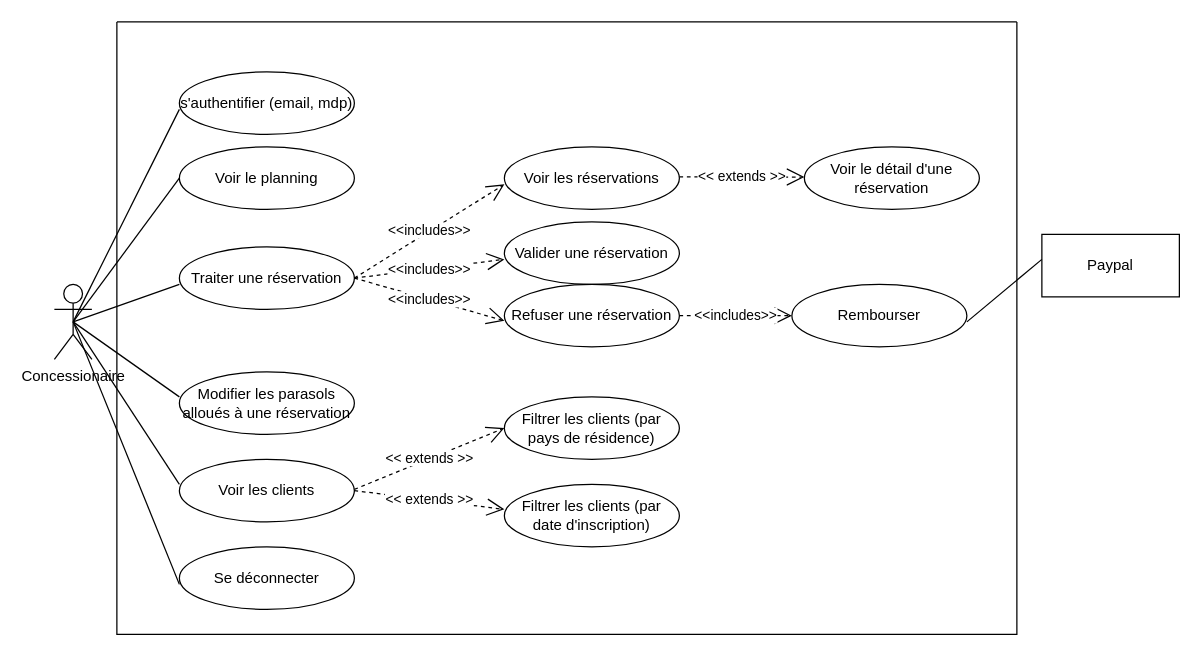
Before: business_case_1.drawio in ewan-delanoy/uml_diagram, a draw.io diagram. Source tidied: cells renumbered, new cells numbered last; positions are measured from the earlier drawing's top-left corner, leaving out a move shared by most shapes. Both pictures are drawn from the tidied source at 125%, with x=0, y=0 at pixel (54, 21).
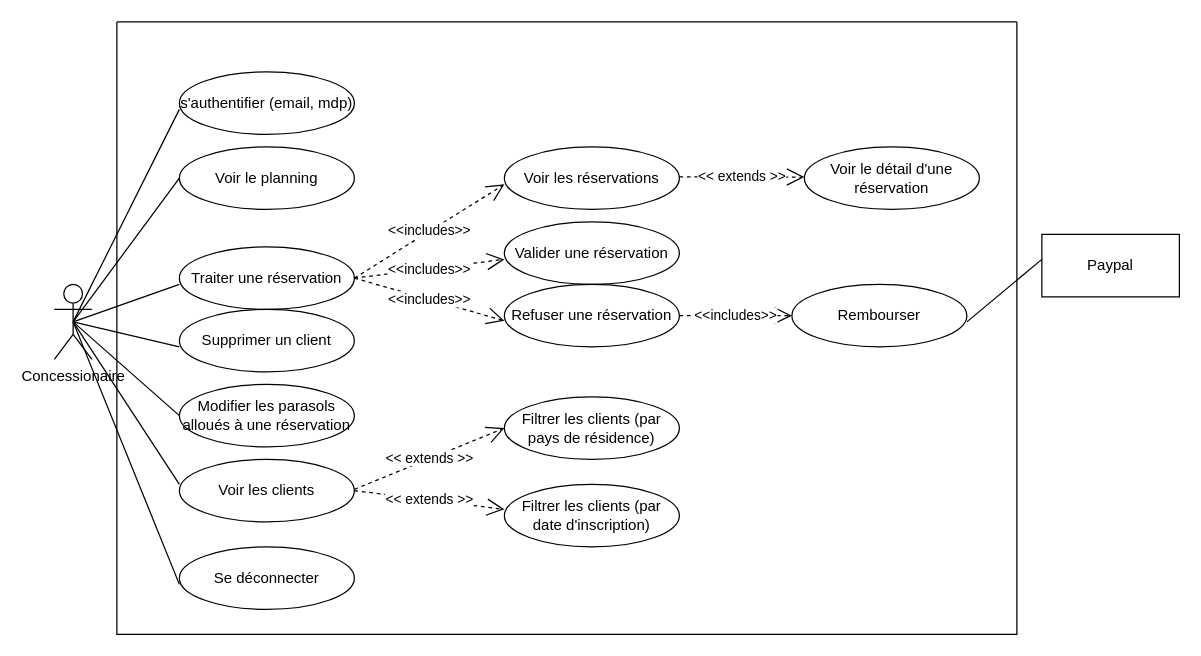
Above is the later version.

Commit message (it also covers changes not shown here):
Mettre à jour business_case_1.drawio

Unchanged cells that the change refers to:
```xml
<mxCell id="12" value="&lt;div&gt;Concessionaire&lt;/div&gt;&lt;div&gt;&lt;br&gt;&lt;/div&gt;" style="shape=umlActor;verticalLabelPosition=bottom;verticalAlign=top;html=1;" parent="1" vertex="1">
  <mxGeometry y="210" width="30" height="60" as="geometry" />
</mxCell>
<mxCell id="28" style="swimlane;startSize=0;" parent="1" vertex="1">
  <mxGeometry x="50" width="720" height="490" as="geometry" />
</mxCell>
```

The edit, as a diff of the source:
```diff
@@
-    <mxCell id="9" value="Modifier les parasols alloués à une réservation" style="ellipse;whiteSpace=wrap;html=1;" parent="1" vertex="1">
-      <mxGeometry x="100" y="280" width="140" height="50" as="geometry" />
-    </mxCell>
@@
-    <mxCell id="21" style="endArrow=none;html=1;rounded=0;exitX=0.5;exitY=0.5;exitDx=0;exitDy=0;exitPerimeter=0;" parent="1" edge="1" source="12">
-      <mxGeometry relative="1" as="geometry">
-        <mxPoint x="100" y="300" as="targetPoint" />
-      </mxGeometry>
+    <mxCell id="21" style="endArrow=none;html=1;rounded=0;exitX=0.5;exitY=0.5;exitDx=0;exitDy=0;exitPerimeter=0;entryX=0;entryY=0.5;entryDx=0;entryDy=0;" parent="1" edge="1" source="12" target="9">
+      <mxGeometry relative="1" as="geometry" />
     </mxCell>
@@
+    <mxCell id="9" value="Modifier les parasols alloués à une réservation" style="ellipse;whiteSpace=wrap;html=1;" parent="28" vertex="1">
+      <mxGeometry x="50" y="290" width="140" height="50" as="geometry" />
+    </mxCell>
+    <mxCell id="32" value="Supprimer un client" style="ellipse;whiteSpace=wrap;html=1;" parent="28" vertex="1">
+      <mxGeometry x="50" y="230" width="140" height="50" as="geometry" />
+    </mxCell>
+    <mxCell id="33" style="endArrow=none;html=1;rounded=0;exitX=0.5;exitY=0.5;exitDx=0;exitDy=0;exitPerimeter=0;" parent="28" edge="1" source="12">
+      <mxGeometry relative="1" as="geometry">
+        <mxPoint x="50" y="260" as="targetPoint" />
+      </mxGeometry>
+    </mxCell>
```
